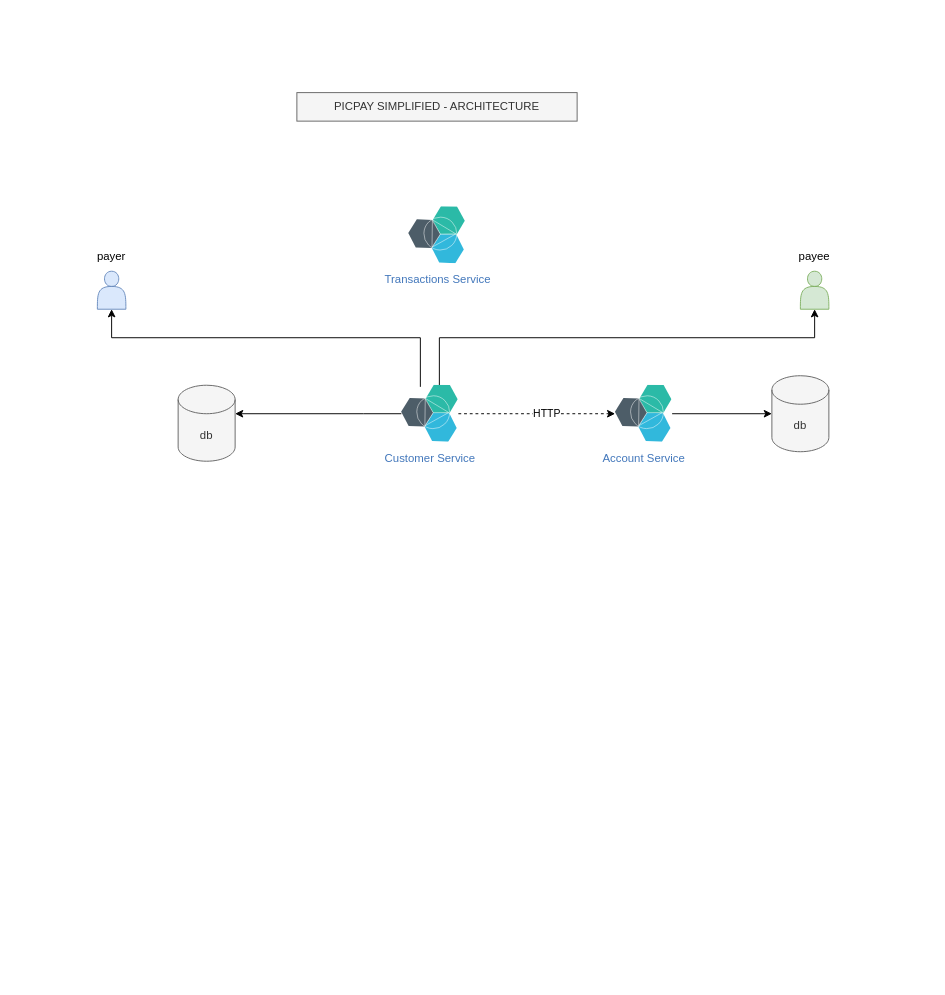
Earlier version of the draw.io diagram Diagrama sem nome.drawio (CarlosBarbosaFilho/challenge). Source tidied: cells renumbered, new cells numbered last; positions are measured from the earlier drawing's top-left corner, leaving out a move shared by most shapes. Both pictures are drawn from the tidied source at 95%, with x=0, y=0 at pixel (83, 92). Pictures stored in the file or linked from it are replaced by grey dashed boxes.
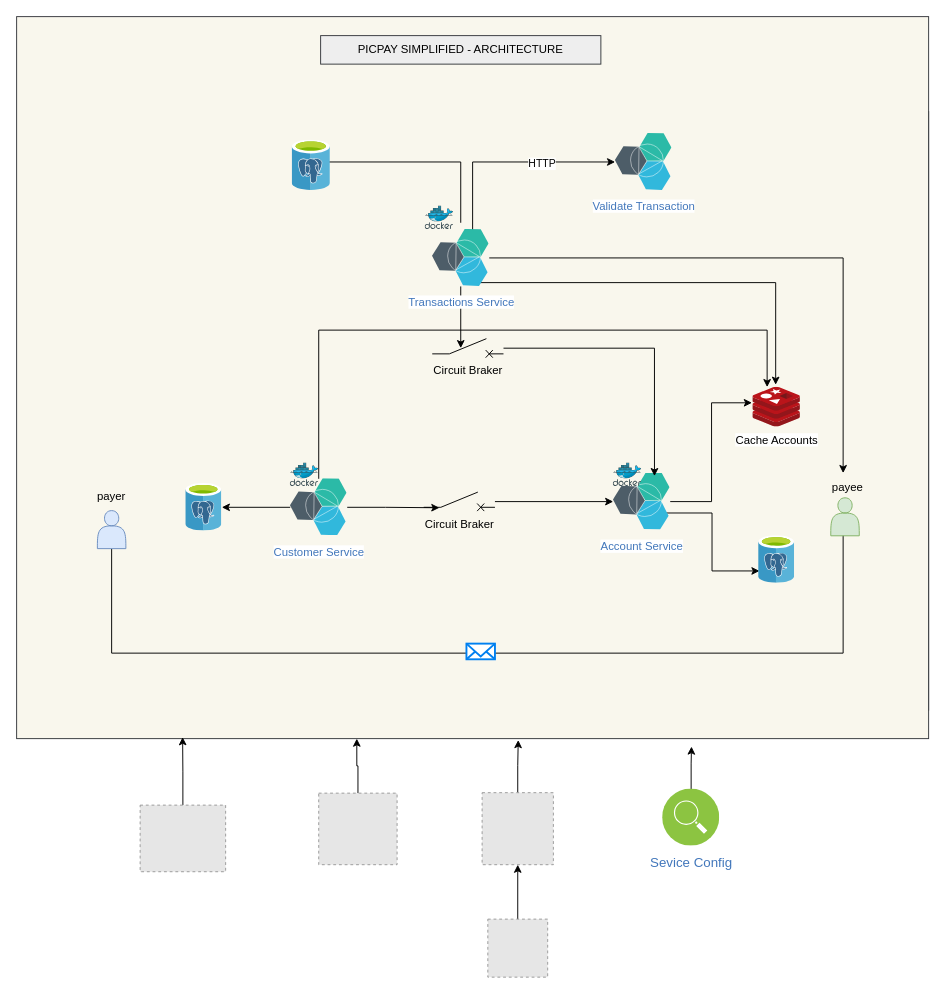
The same diagram, later.

The edit, as a diff of the source:
```diff
@@
-    <mxCell id="2" style="edgeStyle=orthogonalEdgeStyle;rounded=0;jettySize=auto;html=1;entryX=0.5;entryY=1;entryDx=0;entryDy=0;" parent="1" edge="1" source="7" target="8">
-      <mxGeometry relative="1" as="geometry">
-        <Array as="points">
-          <mxPoint x="355" y="258" />
-          <mxPoint x="30" y="258" />
-        </Array>
-      </mxGeometry>
-    </mxCell>
-    <mxCell id="3" style="edgeStyle=orthogonalEdgeStyle;rounded=0;jettySize=auto;html=1;entryX=0.5;entryY=1;entryDx=0;entryDy=0;" parent="1" edge="1" source="7" target="11">
-      <mxGeometry relative="1" as="geometry">
-        <Array as="points">
-          <mxPoint x="375" y="258" />
-          <mxPoint x="770" y="258" />
-        </Array>
-      </mxGeometry>
-    </mxCell>
+    <mxCell id="19" style="rounded=0;whiteSpace=wrap;html=1;" parent="1" vertex="1">
+      <mxGeometry y="20" width="890" height="630" as="geometry" />
+    </mxCell>
+    <mxCell id="20" style="rounded=0;whiteSpace=wrap;html=1;fillColor=#f9f7ed;strokeColor=#36393d;" parent="1" vertex="1">
+      <mxGeometry x="-70" y="-80" width="960" height="760" as="geometry" />
+    </mxCell>
-    <mxCell id="4" style="edgeStyle=orthogonalEdgeStyle;rounded=0;jettySize=auto;html=1;" parent="1" edge="1" source="7" target="13">
-      <mxGeometry relative="1" as="geometry">
-        <Array as="points">
-          <mxPoint x="295" y="338" />
-          <mxPoint x="295" y="338" />
-        </Array>
-      </mxGeometry>
+    <mxCell id="4" style="edgeStyle=orthogonalEdgeStyle;rounded=0;jettySize=auto;html=1;" parent="1" edge="1" source="7" target="30">
+      <mxGeometry relative="1" as="geometry" />
     </mxCell>
-    <mxCell id="5" style="edgeStyle=orthogonalEdgeStyle;rounded=0;jettySize=auto;html=1;flowAnimation=1;orthogonal=0;enumerate=0;dashed=1;" parent="1" edge="1" source="7" target="16">
-      <mxGeometry relative="1" as="geometry" />
-    </mxCell>
-    <mxCell id="6" value="HTTP" style="edgeLabel;html=1;align=center;verticalAlign=middle;" parent="5" vertex="1">
-      <mxGeometry x="0.11" y="1" relative="1" as="geometry" />
-    </mxCell>
+    <mxCell id="21" style="edgeStyle=orthogonalEdgeStyle;rounded=0;jettySize=auto;html=1;entryX=0.22;entryY=0.825;entryDx=0;entryDy=0;entryPerimeter=0;flowAnimation=1;" parent="1" edge="1" source="7" target="41">
+      <mxGeometry relative="1" as="geometry" />
+    </mxCell>
+    <mxCell id="22" style="edgeStyle=orthogonalEdgeStyle;rounded=0;jettySize=auto;html=1;entryX=0.3;entryY=0;entryDx=0;entryDy=0;entryPerimeter=0;flowAnimation=1;" parent="1" edge="1" source="7" target="37">
+      <mxGeometry relative="1" as="geometry">
+        <Array as="points">
+          <mxPoint x="248" y="250" />
+          <mxPoint x="720" y="250" />
+        </Array>
+      </mxGeometry>
+    </mxCell>
     <mxCell id="7" value="Customer Service" style="image;perimeter=ellipsePerimeter;html=1;align=center;shadow=0;dashed=0;fontColor=#4277BB;labelBackgroundColor=default;fontSize=12;spacingTop=3;image=img/lib/ibm/miscellaneous/microservices_application.svg;" parent="1" vertex="1">
-      <mxGeometry x="335" y="308" width="60" height="60" as="geometry" />
+      <mxGeometry x="218" y="406.5" width="60" height="60" as="geometry" />
     </mxCell>
+    <mxCell id="23" style="edgeStyle=orthogonalEdgeStyle;rounded=0;jettySize=auto;html=1;" parent="1" edge="1" source="8">
+      <mxGeometry relative="1" as="geometry">
+        <mxPoint x="802" y="460" as="targetPoint" />
+        <Array as="points">
+          <mxPoint x="30" y="590" />
+          <mxPoint x="800" y="590" />
+          <mxPoint x="800" y="457" />
+        </Array>
+      </mxGeometry>
+    </mxCell>
     <mxCell id="8" style="shape=actor;whiteSpace=wrap;html=1;fillColor=#dae8fc;strokeColor=#6c8ebf;" parent="1" vertex="1">
-      <mxGeometry x="15" y="188" width="30" height="40" as="geometry" />
+      <mxGeometry x="15" y="440" width="30" height="40" as="geometry" />
     </mxCell>
-    <mxCell id="9" value="PICPAY SIMPLIFIED - ARCHITECTURE" style="text;html=1;strokeColor=#666666;fillColor=#f5f5f5;align=center;verticalAlign=middle;whiteSpace=wrap;rounded=0;fontColor=#333333;" parent="1" vertex="1">
-      <mxGeometry x="225" width="295" height="30" as="geometry" />
+    <mxCell id="9" value="PICPAY SIMPLIFIED - ARCHITECTURE" style="text;html=1;strokeColor=#36393d;fillColor=#eeeeee;align=center;verticalAlign=middle;whiteSpace=wrap;rounded=0;" parent="1" vertex="1">
+      <mxGeometry x="250" y="-60" width="295" height="30" as="geometry" />
     </mxCell>
     <mxCell id="10" value="payer" style="text;html=1;strokeColor=none;fillColor=none;align=center;verticalAlign=middle;whiteSpace=wrap;rounded=0;" parent="1" vertex="1">
-      <mxGeometry y="158" width="60" height="30" as="geometry" />
+      <mxGeometry y="410" width="60" height="30" as="geometry" />
     </mxCell>
     <mxCell id="11" style="shape=actor;whiteSpace=wrap;html=1;fillColor=#d5e8d4;strokeColor=#82b366;" parent="1" vertex="1">
-      <mxGeometry x="755" y="188" width="30" height="40" as="geometry" />
+      <mxGeometry x="787" y="426.5" width="30" height="40" as="geometry" />
     </mxCell>
     <mxCell id="12" value="payee" style="text;html=1;strokeColor=none;fillColor=none;align=center;verticalAlign=middle;whiteSpace=wrap;rounded=0;" parent="1" vertex="1">
-      <mxGeometry x="740" y="158" width="60" height="30" as="geometry" />
+      <mxGeometry x="775" y="400.5" width="60" height="30" as="geometry" />
     </mxCell>
-    <mxCell id="13" value="db" style="shape=cylinder3;whiteSpace=wrap;html=1;boundedLbl=1;backgroundOutline=1;size=15;fillColor=#f5f5f5;fontColor=#333333;strokeColor=#666666;" parent="1" vertex="1">
-      <mxGeometry x="100" y="308" width="60" height="80" as="geometry" />
-    </mxCell>
@@
-    <mxCell id="15" style="edgeStyle=orthogonalEdgeStyle;rounded=0;jettySize=auto;html=1;entryX=0;entryY=0.5;entryDx=0;entryDy=0;entryPerimeter=0;" parent="1" edge="1" source="16" target="17">
-      <mxGeometry relative="1" as="geometry" />
+    <mxCell id="15" style="edgeStyle=orthogonalEdgeStyle;rounded=0;jettySize=auto;html=1;entryX=0.026;entryY=0.74;entryDx=0;entryDy=0;entryPerimeter=0;" parent="1" edge="1" target="31">
+      <mxGeometry relative="1" as="geometry">
+        <mxPoint x="603" y="442.5" as="sourcePoint" />
+        <Array as="points">
+          <mxPoint x="662" y="443" />
+          <mxPoint x="662" y="504" />
+        </Array>
+      </mxGeometry>
     </mxCell>
+    <mxCell id="24" style="edgeStyle=orthogonalEdgeStyle;rounded=0;jettySize=auto;html=1;entryX=-0.02;entryY=0.393;entryDx=0;entryDy=0;entryPerimeter=0;" parent="1" edge="1" source="16" target="37">
+      <mxGeometry relative="1" as="geometry" />
+    </mxCell>
     <mxCell id="16" value="Account Service" style="image;perimeter=ellipsePerimeter;html=1;align=center;shadow=0;dashed=0;fontColor=#4277BB;labelBackgroundColor=default;fontSize=12;spacingTop=3;image=img/lib/ibm/miscellaneous/microservices_application.svg;" parent="1" vertex="1">
-      <mxGeometry x="560" y="308" width="60" height="60" as="geometry" />
+      <mxGeometry x="558" y="400.5" width="60" height="60" as="geometry" />
     </mxCell>
-    <mxCell id="17" value="db" style="shape=cylinder3;whiteSpace=wrap;html=1;boundedLbl=1;backgroundOutline=1;size=15;fillColor=#f5f5f5;fontColor=#333333;strokeColor=#666666;" parent="1" vertex="1">
-      <mxGeometry x="725" y="298" width="60" height="80" as="geometry" />
-    </mxCell>
+    <mxCell id="25" style="edgeStyle=orthogonalEdgeStyle;rounded=0;orthogonalLoop=1;jettySize=auto;html=1;entryX=0.525;entryY=0.953;entryDx=0;entryDy=0;entryPerimeter=0;" parent="1" edge="1">
+      <mxGeometry relative="1" as="geometry">
+        <mxPoint x="397.5" y="137" as="sourcePoint" />
+        <mxPoint x="241.1" y="93.5" as="targetPoint" />
+        <Array as="points">
+          <mxPoint x="398" y="73" />
+          <mxPoint x="241" y="73" />
+        </Array>
+      </mxGeometry>
+    </mxCell>
+    <mxCell id="26" style="edgeStyle=orthogonalEdgeStyle;rounded=0;jettySize=auto;html=1;" parent="1" edge="1" source="18" target="12">
+      <mxGeometry relative="1" as="geometry">
+        <Array as="points">
+          <mxPoint x="800" y="174" />
+        </Array>
+      </mxGeometry>
+    </mxCell>
+    <mxCell id="27" style="edgeStyle=orthogonalEdgeStyle;rounded=0;jettySize=auto;html=1;entryX=0;entryY=0.5;entryDx=0;entryDy=0;flowAnimation=1;" parent="1" edge="1" source="18" target="36">
+      <mxGeometry relative="1" as="geometry">
+        <Array as="points">
+          <mxPoint x="410" y="73" />
+        </Array>
+      </mxGeometry>
+    </mxCell>
+    <mxCell id="6" value="HTTP" style="edgeLabel;html=1;align=center;verticalAlign=middle;" parent="27" vertex="1">
+      <mxGeometry x="0.3" relative="1" as="geometry">
+        <mxPoint x="1" y="1" as="offset" />
+      </mxGeometry>
+    </mxCell>
+    <mxCell id="28" style="edgeStyle=orthogonalEdgeStyle;rounded=0;jettySize=auto;html=1;entryX=0.4;entryY=0.5;entryDx=0;entryDy=0;entryPerimeter=0;flowAnimation=1;" parent="1" edge="1" source="18" target="39">
+      <mxGeometry relative="1" as="geometry" />
+    </mxCell>
+    <mxCell id="29" style="edgeStyle=orthogonalEdgeStyle;rounded=0;jettySize=auto;html=1;entryX=0.48;entryY=-0.06;entryDx=0;entryDy=0;entryPerimeter=0;flowAnimation=1;" parent="1" edge="1" source="18" target="37">
+      <mxGeometry relative="1" as="geometry">
+        <Array as="points">
+          <mxPoint x="729" y="200" />
+        </Array>
+      </mxGeometry>
+    </mxCell>
     <mxCell id="18" value="Transactions Service" style="image;perimeter=ellipsePerimeter;html=1;align=center;shadow=0;dashed=0;fontColor=#4277BB;labelBackgroundColor=default;fontSize=12;spacingTop=3;image=img/lib/ibm/miscellaneous/microservices_application.svg;" parent="1" vertex="1">
-      <mxGeometry x="342.5" y="120" width="60" height="60" as="geometry" />
+      <mxGeometry x="367.5" y="144" width="60" height="60" as="geometry" />
     </mxCell>
+    <mxCell id="30" style="image;sketch=0;html=1;points=[];align=center;fontSize=12;image=img/lib/mscae/Azure_Database_for_PostgreSQL_servers.svg;" parent="1" vertex="1">
+      <mxGeometry x="108" y="411.5" width="38" height="50" as="geometry" />
+    </mxCell>
+    <mxCell id="31" style="image;sketch=0;html=1;points=[];align=center;fontSize=12;image=img/lib/mscae/Azure_Database_for_PostgreSQL_servers.svg;" parent="1" vertex="1">
+      <mxGeometry x="711" y="466.5" width="38" height="50" as="geometry" />
+    </mxCell>
+    <mxCell id="32" style="image;sketch=0;html=1;align=center;fontSize=12;image=img/lib/mscae/Azure_Database_for_PostgreSQL_servers.svg;" parent="1" vertex="1">
+      <mxGeometry x="220" y="50" width="40.3" height="53" as="geometry" />
+    </mxCell>
+    <mxCell id="33" style="image;sketch=0;html=1;align=center;fontSize=12;image=img/lib/mscae/Docker.svg;" parent="1" vertex="1">
+      <mxGeometry x="218" y="389.9" width="30" height="24.6" as="geometry" />
+    </mxCell>
+    <mxCell id="34" style="image;sketch=0;html=1;align=center;fontSize=12;image=img/lib/mscae/Docker.svg;" parent="1" vertex="1">
+      <mxGeometry x="360" y="119.4" width="30" height="24.6" as="geometry" />
+    </mxCell>
+    <mxCell id="35" style="image;sketch=0;html=1;align=center;fontSize=12;image=img/lib/mscae/Docker.svg;" parent="1" vertex="1">
+      <mxGeometry x="558" y="389.9" width="30" height="24.6" as="geometry" />
+    </mxCell>
+    <mxCell id="36" value="Validate Transaction" style="image;perimeter=ellipsePerimeter;html=1;align=center;shadow=0;dashed=0;fontColor=#4277BB;labelBackgroundColor=default;fontSize=12;spacingTop=3;image=img/lib/ibm/miscellaneous/microservices_application.svg;" parent="1" vertex="1">
+      <mxGeometry x="560" y="43" width="60" height="60" as="geometry" />
+    </mxCell>
+    <mxCell id="37" value="Cache Accounts" style="image;sketch=0;html=1;points=[];align=center;fontSize=12;image=img/lib/mscae/Cache_Redis_Product.svg;" parent="1" vertex="1">
+      <mxGeometry x="705" y="310" width="50" height="42" as="geometry" />
+    </mxCell>
+    <mxCell id="38" style="edgeStyle=orthogonalEdgeStyle;rounded=0;jettySize=auto;html=1;entryX=0.75;entryY=0;entryDx=0;entryDy=0;flowAnimation=1;" parent="1" edge="1" source="39" target="16">
+      <mxGeometry relative="1" as="geometry" />
+    </mxCell>
+    <mxCell id="39" value="Circuit Braker" style="verticalLabelPosition=bottom;shadow=0;dashed=0;align=center;html=1;verticalAlign=top;shape=mxgraph.electrical.electro-mechanical.circuitBreaker2;elSwitchState=off;comic=0;enumerate=0;" parent="1" vertex="1">
+      <mxGeometry x="367.5" y="259" width="75" height="20" as="geometry" />
+    </mxCell>
+    <mxCell id="40" style="edgeStyle=orthogonalEdgeStyle;rounded=0;jettySize=auto;html=1;entryX=0;entryY=0.5;entryDx=0;entryDy=0;flowAnimation=1;" parent="1" edge="1" source="41" target="16">
+      <mxGeometry relative="1" as="geometry" />
+    </mxCell>
+    <mxCell id="41" value="Circuit Braker" style="verticalLabelPosition=bottom;shadow=0;dashed=0;align=center;html=1;verticalAlign=top;shape=mxgraph.electrical.electro-mechanical.circuitBreaker2;elSwitchState=off;comic=0;enumerate=0;" parent="1" vertex="1">
+      <mxGeometry x="358.5" y="420.5" width="75" height="20" as="geometry" />
+    </mxCell>
+    <mxCell id="42" style="html=1;verticalLabelPosition=bottom;align=center;labelBackgroundColor=#ffffff;verticalAlign=top;strokeWidth=2;strokeColor=#0080F0;shadow=0;dashed=0;shape=mxgraph.ios7.icons.mail;" parent="1" vertex="1">
+      <mxGeometry x="403.5" y="580" width="30" height="16.5" as="geometry" />
+    </mxCell>
+    <mxCell id="43" style="edgeStyle=orthogonalEdgeStyle;rounded=0;jettySize=auto;html=1;entryX=0.182;entryY=0.998;entryDx=0;entryDy=0;entryPerimeter=0;" parent="1" edge="1" source="44" target="20">
+      <mxGeometry relative="1" as="geometry" />
+    </mxCell>
+    <mxCell id="44" style="fillColor=#E6E6E6;strokeColor=#999999;dashed=1;verticalLabelPosition=bottom;labelBackgroundColor=default;verticalAlign=top;" parent="1" vertex="1">
+      <mxGeometry x="60" y="750" width="90" height="70.1" as="geometry" />
+    </mxCell>
+    <mxCell id="45" style="edgeStyle=orthogonalEdgeStyle;rounded=0;jettySize=auto;html=1;entryX=0.373;entryY=1;entryDx=0;entryDy=0;entryPerimeter=0;" parent="1" edge="1" source="46" target="20">
+      <mxGeometry relative="1" as="geometry" />
+    </mxCell>
+    <mxCell id="46" style="fillColor=#E6E6E6;strokeColor=#999999;dashed=1;verticalLabelPosition=bottom;labelBackgroundColor=default;verticalAlign=top;" parent="1" vertex="1">
+      <mxGeometry x="248" y="737.4" width="82.5" height="75.3" as="geometry" />
+    </mxCell>
+    <mxCell id="47" style="edgeStyle=orthogonalEdgeStyle;rounded=0;jettySize=auto;html=1;entryX=0.55;entryY=1.002;entryDx=0;entryDy=0;entryPerimeter=0;" parent="1" edge="1" source="48" target="20">
+      <mxGeometry relative="1" as="geometry" />
+    </mxCell>
+    <mxCell id="48" style="fillColor=#E6E6E6;strokeColor=#999999;dashed=1;verticalLabelPosition=bottom;labelBackgroundColor=default;verticalAlign=top;" parent="1" vertex="1">
+      <mxGeometry x="420" y="736.9" width="75" height="75.8" as="geometry" />
+    </mxCell>
+    <mxCell id="49" style="edgeStyle=orthogonalEdgeStyle;rounded=0;jettySize=auto;html=1;entryX=0.5;entryY=1;entryDx=0;entryDy=0;" parent="1" edge="1" source="50" target="48">
+      <mxGeometry relative="1" as="geometry" />
+    </mxCell>
+    <mxCell id="50" style="fillColor=#E6E6E6;strokeColor=#999999;dashed=1;verticalLabelPosition=bottom;labelBackgroundColor=default;verticalAlign=top;" parent="1" vertex="1">
+      <mxGeometry x="426" y="870" width="63" height="61.1" as="geometry" />
+    </mxCell>
+    <mxCell id="51" style="edgeStyle=orthogonalEdgeStyle;rounded=0;jettySize=auto;html=1;entryX=0.74;entryY=1.011;entryDx=0;entryDy=0;entryPerimeter=0;" parent="1" edge="1" source="52" target="20">
+      <mxGeometry relative="1" as="geometry" />
+    </mxCell>
+    <mxCell id="52" value="&lt;font style=&quot;font-size: 14px;&quot;&gt;Sevice Config&lt;/font&gt;" style="image;perimeter=ellipsePerimeter;html=1;align=center;shadow=0;dashed=0;fontColor=#4277BB;labelBackgroundColor=default;fontSize=12;spacingTop=3;image=img/lib/ibm/infrastructure/service_discovery_configuration.svg;" parent="1" vertex="1">
+      <mxGeometry x="610" y="733.1" width="60" height="60" as="geometry" />
+    </mxCell>
```
